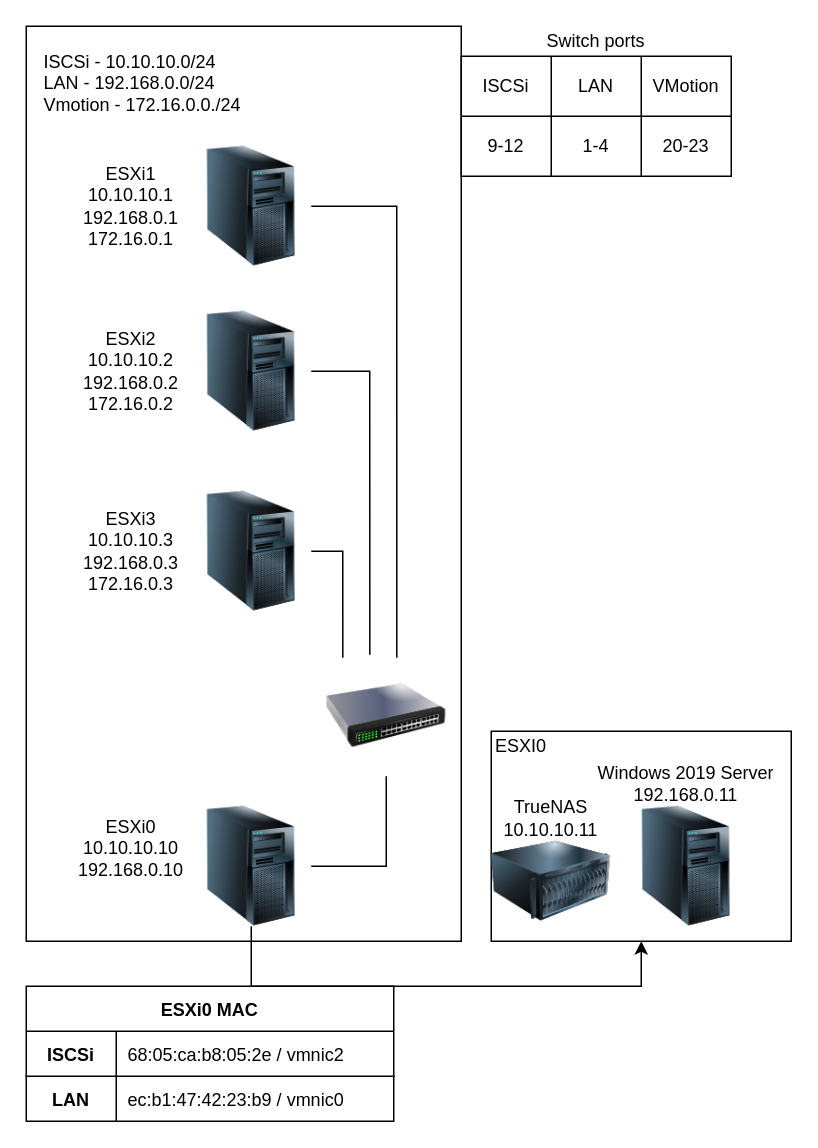
This is Untitled Diagram.drawio from crysal/Shells-of-power, a draw.io file, before an edit. Source tidied: cells renumbered, new cells numbered last; positions are measured from the earlier drawing's top-left corner, leaving out a move shared by most shapes. Both pictures are drawn from the tidied source at 150%, with x=0, y=0 at pixel (26, 26).
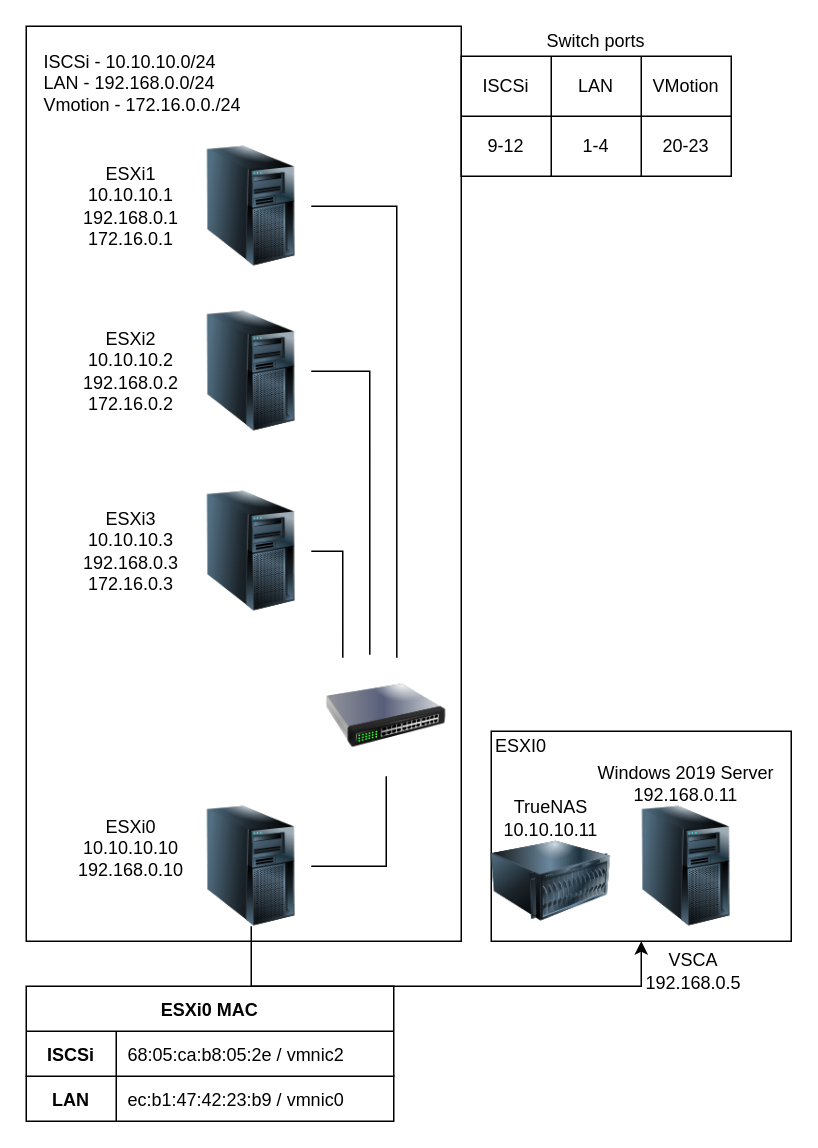
After the change.

Diff of the diagram source:
```diff
@@
+    <mxCell id="41" value="VSCA 192.168.0.5" style="text;html=1;strokeColor=none;fillColor=none;align=center;verticalAlign=middle;whiteSpace=wrap;rounded=0;" parent="1" vertex="1">
+      <mxGeometry x="425" y="620" width="40" height="20" as="geometry" />
+    </mxCell>
```
